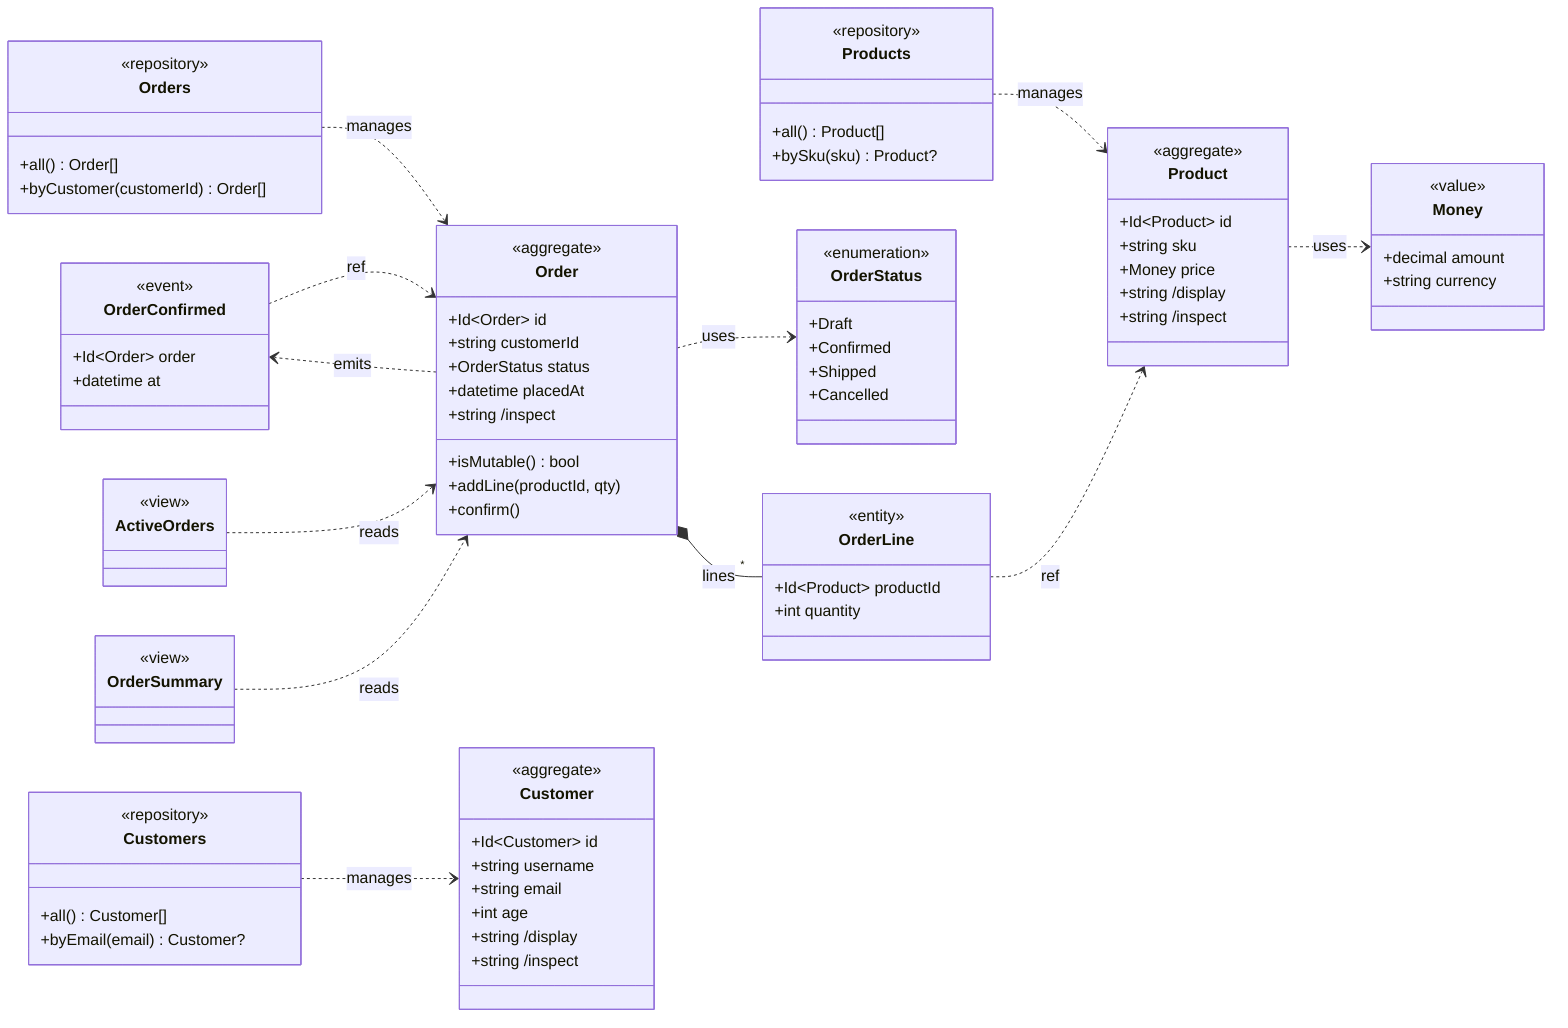
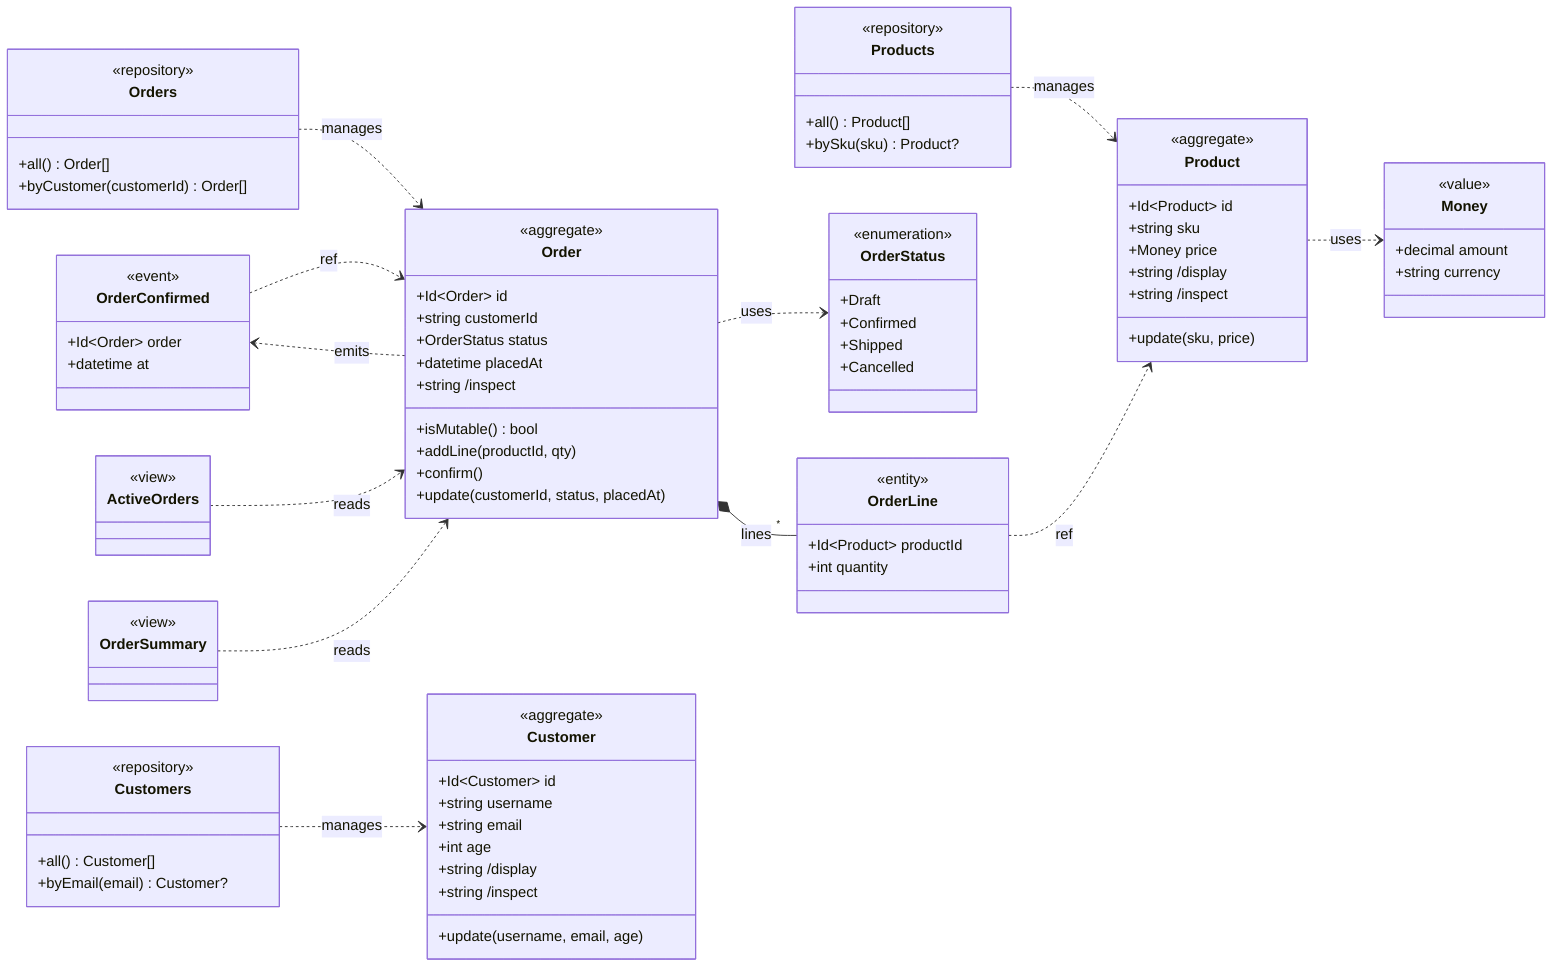
%% Loom domain diagram — generated from the IR, do not edit by hand.
%% System: Acme
classDiagram
  direction LR
  %% Catalog / Products
  class Money {
    <<value>>
    +decimal amount
    +string currency
  }
  class Product {
    <<aggregate>>
    +Id~Product~ id
    +string sku
    +Money price
    +string /display
    +string /inspect
+     +update(sku, price)
  }
  class Products {
    <<repository>>
    +all() Product[]
    +bySku(sku) Product?
  }
  %% Sales / Orders
  class OrderStatus {
    <<enumeration>>
    +Draft
    +Confirmed
    +Shipped
    +Cancelled
  }
  class OrderConfirmed {
    <<event>>
    +Id~Order~ order
    +datetime at
  }
  class Order {
    <<aggregate>>
    +Id~Order~ id
    +string customerId
    +OrderStatus status
    +datetime placedAt
    +string /inspect
    +isMutable() bool
    +addLine(productId, qty)
    +confirm()
+     +update(customerId, status, placedAt)
  }
  class OrderLine {
    <<entity>>
    +Id~Product~ productId
    +int quantity
  }
  class Orders {
    <<repository>>
    +all() Order[]
    +byCustomer(customerId) Order[]
  }
  class ActiveOrders {
    <<view>>
  }
  class OrderSummary {
    <<view>>
  }
  %% CustomerMgmt / Customers
  class Customer {
    <<aggregate>>
    +Id~Customer~ id
    +string username
    +string email
    +int age
    +string /display
    +string /inspect
+     +update(username, email, age)
  }
  class Customers {
    <<repository>>
    +all() Customer[]
    +byEmail(email) Customer?
  }
  Product ..> Money : uses
  Products ..> Product : manages
  OrderConfirmed ..> Order : ref
  Order ..> OrderStatus : uses
  Order *-- "*" OrderLine : lines
  Order ..> OrderConfirmed : emits
  OrderLine ..> Product : ref
  Orders ..> Order : manages
  ActiveOrders ..> Order : reads
  OrderSummary ..> Order : reads
  Customers ..> Customer : manages
